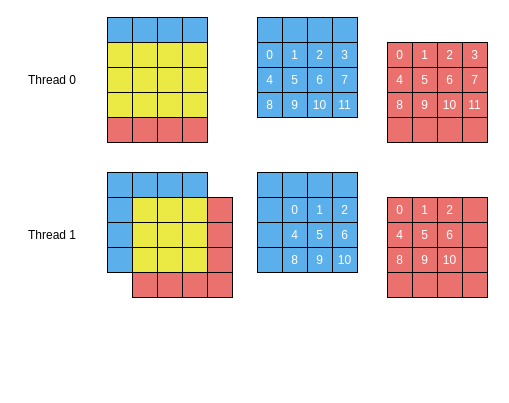
Above: page "WarpShuffleShuffle" (6 of 29) of en/img/overlap.drawio in MK4H/DPText (draw.io), before the change. Source tidied: cells renumbered, new cells numbered last; positions are measured from the earlier drawing's top-left corner, leaving out a move shared by most shapes. Both pictures are drawn from the tidied source at 100%, with x=0, y=0 at pixel (17, 17).
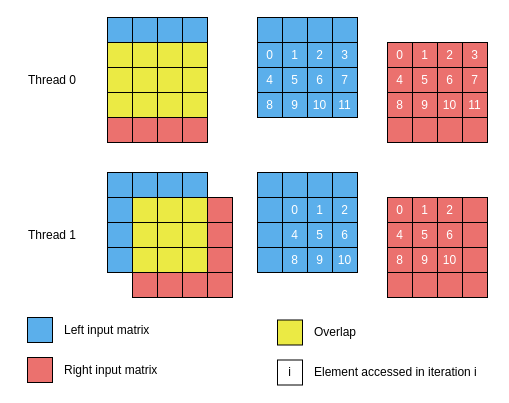
Above is the later version.

Diff of the diagram source:
```diff
@@
+    <mxCell id="113" style="rounded=0;whiteSpace=wrap;html=1;fillColor=#5BAFEB;" parent="1" vertex="1">
+      <mxGeometry x="10" y="300" width="25" height="25" as="geometry" />
+    </mxCell>
+    <mxCell id="114" style="rounded=0;whiteSpace=wrap;html=1;fillColor=#EB716E;" parent="1" vertex="1">
+      <mxGeometry x="10" y="340" width="25" height="25" as="geometry" />
+    </mxCell>
+    <mxCell id="115" style="rounded=0;whiteSpace=wrap;html=1;fillColor=#EBEA44;" parent="1" vertex="1">
+      <mxGeometry x="260" y="302.5" width="25" height="25" as="geometry" />
+    </mxCell>
+    <mxCell id="116" value="Left input matrix" style="text;html=1;align=left;verticalAlign=middle;strokeColor=none;fillColor=none;" parent="1" vertex="1">
+      <mxGeometry x="45" y="302.5" width="100" height="20" as="geometry" />
+    </mxCell>
+    <mxCell id="117" value="Right input matrix" style="text;html=1;align=left;verticalAlign=middle;strokeColor=none;fillColor=none;" parent="1" vertex="1">
+      <mxGeometry x="45" y="342.5" width="110" height="20" as="geometry" />
+    </mxCell>
+    <mxCell id="118" value="Overlap" style="text;html=1;align=left;verticalAlign=middle;strokeColor=none;fillColor=none;" parent="1" vertex="1">
+      <mxGeometry x="295" y="305" width="60" height="20" as="geometry" />
+    </mxCell>
+    <mxCell id="119" value="i" style="rounded=0;whiteSpace=wrap;html=1;fillColor=none;" parent="1" vertex="1">
+      <mxGeometry x="260" y="342.5" width="25" height="25" as="geometry" />
+    </mxCell>
+    <mxCell id="120" value="Element accessed in iteration i" style="text;html=1;align=left;verticalAlign=middle;strokeColor=none;fillColor=none;" parent="1" vertex="1">
+      <mxGeometry x="295" y="345" width="180" height="20" as="geometry" />
+    </mxCell>
```
